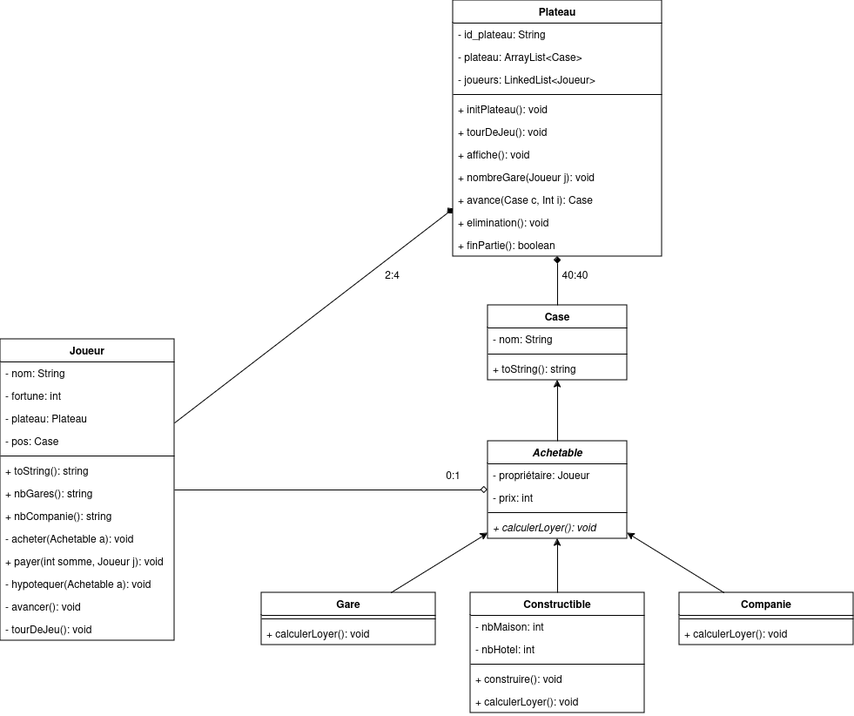
Before: Classe_cases.drawio.png, a diagram exported from draw.io (RBoutroux/monopoly-medev). Source tidied: cells renumbered, new cells last; positions are measured from the earlier drawing's top-left corner, leaving out a move shared by most shapes.
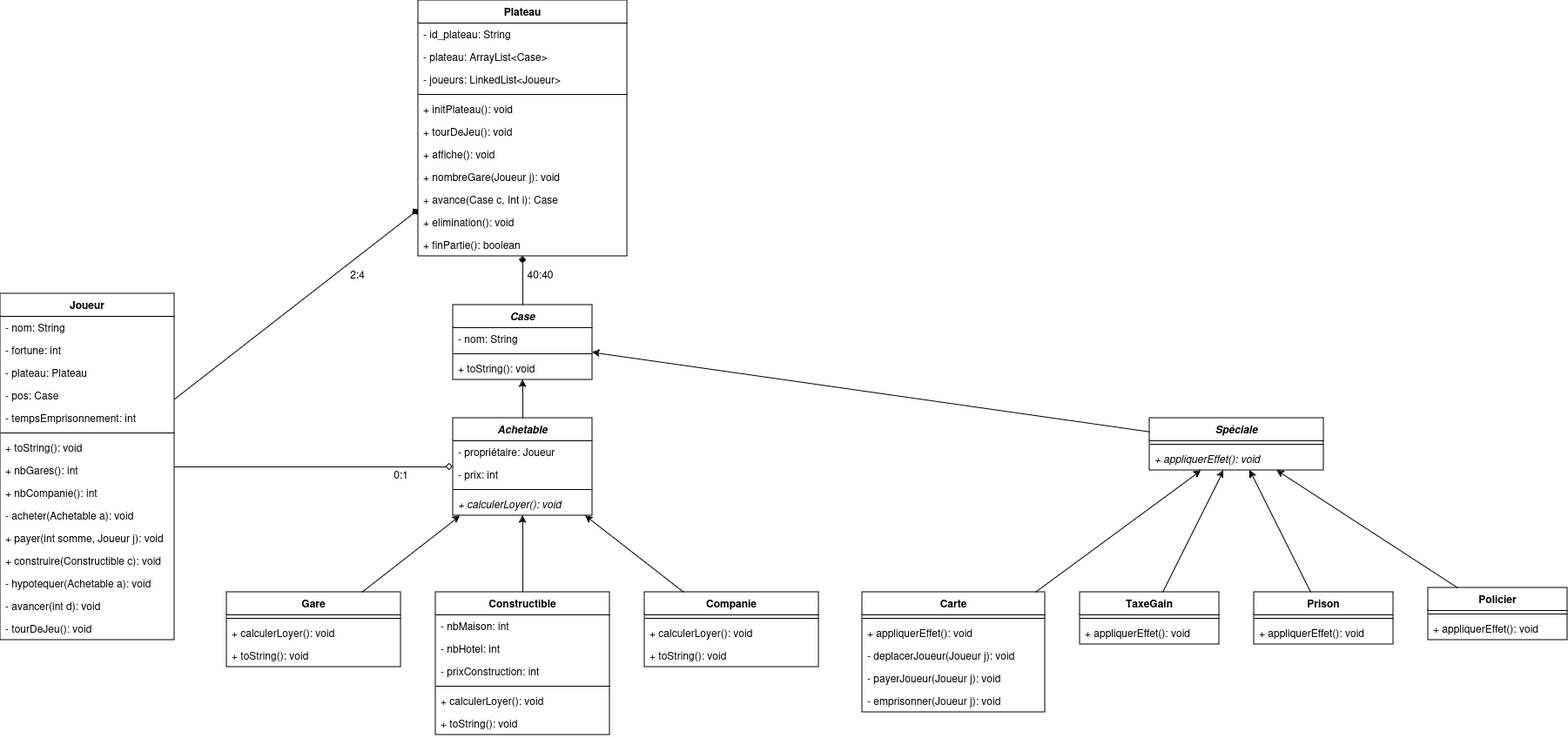
Later version of the same file.

The edit, as a diff of the source:
```diff
@@ -2,7 +2,7 @@
   <root>
     <mxCell id="0" />
     <mxCell id="1" parent="0" />
-    <mxCell id="2" value="Case" style="swimlane;fontStyle=1;align=center;verticalAlign=top;horizontal=1;startSize=26;" parent="1" vertex="1">
+    <mxCell id="2" value="Case" style="swimlane;fontStyle=3;align=center;verticalAlign=top;horizontal=1;startSize=26;" parent="1" vertex="1">
       <mxGeometry x="560" y="350" width="160" height="86" as="geometry" />
     </mxCell>
     <mxCell id="3" value="- nom: String" style="text;strokeColor=none;fillColor=none;align=left;verticalAlign=top;spacingLeft=4;spacingRight=4;overflow=hidden;" parent="2" vertex="1">
@@ -11,11 +11,11 @@
     <mxCell id="4" style="line;strokeWidth=1;fillColor=none;align=left;verticalAlign=middle;spacingTop=-1;spacingLeft=3;spacingRight=3;labelPosition=right;strokeColor=inherit;" parent="2" vertex="1">
       <mxGeometry y="52" width="160" height="8" as="geometry" />
     </mxCell>
-    <mxCell id="5" value="+ toString(): string" style="text;strokeColor=none;fillColor=none;align=left;verticalAlign=top;spacingLeft=4;spacingRight=4;overflow=hidden;" parent="2" vertex="1">
+    <mxCell id="5" value="+ toString(): void" style="text;strokeColor=none;fillColor=none;align=left;verticalAlign=top;spacingLeft=4;spacingRight=4;overflow=hidden;fontStyle=0;" parent="2" vertex="1">
       <mxGeometry y="60" width="160" height="26" as="geometry" />
     </mxCell>
     <mxCell id="6" value="Constructible" style="swimlane;fontStyle=1;align=center;verticalAlign=top;horizontal=1;startSize=26;" parent="1" vertex="1">
-      <mxGeometry x="540" y="680" width="200" height="138" as="geometry" />
+      <mxGeometry x="540" y="680" width="200" height="164" as="geometry" />
     </mxCell>
     <mxCell id="7" value="- nbMaison: int" style="text;strokeColor=none;fillColor=none;align=left;verticalAlign=top;spacingLeft=4;spacingRight=4;overflow=hidden;" parent="6" vertex="1">
       <mxGeometry y="26" width="200" height="26" as="geometry" />
@@ -23,17 +23,20 @@
     <mxCell id="8" value="- nbHotel: int" style="text;strokeColor=none;fillColor=none;align=left;verticalAlign=top;spacingLeft=4;spacingRight=4;overflow=hidden;" parent="6" vertex="1">
       <mxGeometry y="52" width="200" height="26" as="geometry" />
     </mxCell>
+    <mxCell id="59" value="- prixConstruction: int" style="text;strokeColor=none;fillColor=none;align=left;verticalAlign=top;spacingLeft=4;spacingRight=4;overflow=hidden;" parent="6" vertex="1">
+      <mxGeometry y="78" width="200" height="26" as="geometry" />
+    </mxCell>
     <mxCell id="9" style="line;strokeWidth=1;fillColor=none;align=left;verticalAlign=middle;spacingTop=-1;spacingLeft=3;spacingRight=3;labelPosition=right;strokeColor=inherit;" parent="6" vertex="1">
-      <mxGeometry y="78" width="200" height="8" as="geometry" />
+      <mxGeometry y="104" width="200" height="8" as="geometry" />
     </mxCell>
-    <mxCell id="10" value="+ construire(): void" style="text;strokeColor=none;fillColor=none;align=left;verticalAlign=top;spacingLeft=4;spacingRight=4;overflow=hidden;" parent="6" vertex="1">
-      <mxGeometry y="86" width="200" height="26" as="geometry" />
-    </mxCell>
     <mxCell id="11" value="+ calculerLoyer(): void" style="text;strokeColor=none;fillColor=none;align=left;verticalAlign=top;spacingLeft=4;spacingRight=4;overflow=hidden;fontStyle=0;" parent="6" vertex="1">
       <mxGeometry y="112" width="200" height="26" as="geometry" />
     </mxCell>
+    <mxCell id="60" value="+ toString(): void" style="text;strokeColor=none;fillColor=none;align=left;verticalAlign=top;spacingLeft=4;spacingRight=4;overflow=hidden;fontStyle=0;" parent="6" vertex="1">
+      <mxGeometry y="138" width="200" height="26" as="geometry" />
+    </mxCell>
     <mxCell id="12" value="Gare" style="swimlane;fontStyle=1;align=center;verticalAlign=top;horizontal=1;startSize=26;" parent="1" vertex="1">
-      <mxGeometry x="300" y="680" width="200" height="60" as="geometry" />
+      <mxGeometry x="300" y="680" width="200" height="86" as="geometry" />
     </mxCell>
     <mxCell id="13" style="line;strokeWidth=1;fillColor=none;align=left;verticalAlign=middle;spacingTop=-1;spacingLeft=3;spacingRight=3;labelPosition=right;strokeColor=inherit;" parent="12" vertex="1">
       <mxGeometry y="26" width="200" height="8" as="geometry" />
@@ -41,8 +44,11 @@
     <mxCell id="14" value="+ calculerLoyer(): void" style="text;strokeColor=none;fillColor=none;align=left;verticalAlign=top;spacingLeft=4;spacingRight=4;overflow=hidden;fontStyle=0;" parent="12" vertex="1">
       <mxGeometry y="34" width="200" height="26" as="geometry" />
     </mxCell>
+    <mxCell id="61" value="+ toString(): void" style="text;strokeColor=none;fillColor=none;align=left;verticalAlign=top;spacingLeft=4;spacingRight=4;overflow=hidden;fontStyle=0;" parent="12" vertex="1">
+      <mxGeometry y="60" width="200" height="26" as="geometry" />
+    </mxCell>
     <mxCell id="15" value="Achetable" style="swimlane;fontStyle=3;align=center;verticalAlign=top;horizontal=1;startSize=26;" parent="1" vertex="1">
-      <mxGeometry x="560" y="506" width="160" height="112" as="geometry" />
+      <mxGeometry x="560" y="480" width="160" height="112" as="geometry" />
     </mxCell>
     <mxCell id="16" value="- propriétaire: Joueur" style="text;strokeColor=none;fillColor=none;align=left;verticalAlign=top;spacingLeft=4;spacingRight=4;overflow=hidden;" parent="15" vertex="1">
       <mxGeometry y="26" width="160" height="26" as="geometry" />
@@ -69,7 +75,7 @@
       <mxGeometry x="635" y="300" width="50" height="30" as="geometry" />
     </mxCell>
     <mxCell id="24" value="Joueur" style="swimlane;fontStyle=1;align=center;verticalAlign=top;horizontal=1;startSize=26;" parent="1" vertex="1">
-      <mxGeometry y="389" width="200" height="346" as="geometry" />
+      <mxGeometry x="40" y="337" width="200" height="398" as="geometry" />
     </mxCell>
     <mxCell id="25" value="- nom: String" style="text;strokeColor=none;fillColor=none;align=left;verticalAlign=top;spacingLeft=4;spacingRight=4;overflow=hidden;" parent="24" vertex="1">
       <mxGeometry y="26" width="200" height="26" as="geometry" />
@@ -83,32 +89,38 @@
     <mxCell id="28" value="- pos: Case" style="text;strokeColor=none;fillColor=none;align=left;verticalAlign=top;spacingLeft=4;spacingRight=4;overflow=hidden;" parent="24" vertex="1">
       <mxGeometry y="104" width="200" height="26" as="geometry" />
     </mxCell>
+    <mxCell id="62" value="- tempsEmprisonnement: int" style="text;strokeColor=none;fillColor=none;align=left;verticalAlign=top;spacingLeft=4;spacingRight=4;overflow=hidden;" parent="24" vertex="1">
+      <mxGeometry y="130" width="200" height="26" as="geometry" />
+    </mxCell>
     <mxCell id="29" style="line;strokeWidth=1;fillColor=none;align=left;verticalAlign=middle;spacingTop=-1;spacingLeft=3;spacingRight=3;labelPosition=right;strokeColor=inherit;" parent="24" vertex="1">
-      <mxGeometry y="130" width="200" height="8" as="geometry" />
+      <mxGeometry y="156" width="200" height="8" as="geometry" />
     </mxCell>
-    <mxCell id="30" value="+ toString(): string" style="text;strokeColor=none;fillColor=none;align=left;verticalAlign=top;spacingLeft=4;spacingRight=4;overflow=hidden;" parent="24" vertex="1">
-      <mxGeometry y="138" width="200" height="26" as="geometry" />
+    <mxCell id="30" value="+ toString(): void" style="text;strokeColor=none;fillColor=none;align=left;verticalAlign=top;spacingLeft=4;spacingRight=4;overflow=hidden;" parent="24" vertex="1">
+      <mxGeometry y="164" width="200" height="26" as="geometry" />
     </mxCell>
-    <mxCell id="31" value="+ nbGares(): string" style="text;strokeColor=none;fillColor=none;align=left;verticalAlign=top;spacingLeft=4;spacingRight=4;overflow=hidden;" parent="24" vertex="1">
-      <mxGeometry y="164" width="200" height="26" as="geometry" />
+    <mxCell id="31" value="+ nbGares(): int" style="text;strokeColor=none;fillColor=none;align=left;verticalAlign=top;spacingLeft=4;spacingRight=4;overflow=hidden;" parent="24" vertex="1">
+      <mxGeometry y="190" width="200" height="26" as="geometry" />
     </mxCell>
-    <mxCell id="32" value="+ nbCompanie(): string" style="text;strokeColor=none;fillColor=none;align=left;verticalAlign=top;spacingLeft=4;spacingRight=4;overflow=hidden;" parent="24" vertex="1">
-      <mxGeometry y="190" width="200" height="26" as="geometry" />
+    <mxCell id="32" value="+ nbCompanie(): int" style="text;strokeColor=none;fillColor=none;align=left;verticalAlign=top;spacingLeft=4;spacingRight=4;overflow=hidden;" parent="24" vertex="1">
+      <mxGeometry y="216" width="200" height="26" as="geometry" />
     </mxCell>
     <mxCell id="33" value="- acheter(Achetable a): void" style="text;strokeColor=none;fillColor=none;align=left;verticalAlign=top;spacingLeft=4;spacingRight=4;overflow=hidden;" parent="24" vertex="1">
-      <mxGeometry y="216" width="200" height="26" as="geometry" />
+      <mxGeometry y="242" width="200" height="26" as="geometry" />
     </mxCell>
     <mxCell id="34" value="+ payer(int somme, Joueur j): void" style="text;strokeColor=none;fillColor=none;align=left;verticalAlign=top;spacingLeft=4;spacingRight=4;overflow=hidden;" parent="24" vertex="1">
-      <mxGeometry y="242" width="200" height="26" as="geometry" />
+      <mxGeometry y="268" width="200" height="26" as="geometry" />
     </mxCell>
+    <mxCell id="63" value="+ construire(Constructible c): void" style="text;strokeColor=none;fillColor=none;align=left;verticalAlign=top;spacingLeft=4;spacingRight=4;overflow=hidden;" parent="24" vertex="1">
+      <mxGeometry y="294" width="200" height="26" as="geometry" />
+    </mxCell>
     <mxCell id="35" value="- hypotequer(Achetable a): void" style="text;strokeColor=none;fillColor=none;align=left;verticalAlign=top;spacingLeft=4;spacingRight=4;overflow=hidden;" parent="24" vertex="1">
-      <mxGeometry y="268" width="200" height="26" as="geometry" />
+      <mxGeometry y="320" width="200" height="26" as="geometry" />
     </mxCell>
-    <mxCell id="36" value="- avancer(): void" style="text;strokeColor=none;fillColor=none;align=left;verticalAlign=top;spacingLeft=4;spacingRight=4;overflow=hidden;" parent="24" vertex="1">
-      <mxGeometry y="294" width="200" height="26" as="geometry" />
+    <mxCell id="36" value="- avancer(int d): void" style="text;strokeColor=none;fillColor=none;align=left;verticalAlign=top;spacingLeft=4;spacingRight=4;overflow=hidden;" parent="24" vertex="1">
+      <mxGeometry y="346" width="200" height="26" as="geometry" />
     </mxCell>
     <mxCell id="37" value="- tourDeJeu(): void" style="text;strokeColor=none;fillColor=none;align=left;verticalAlign=top;spacingLeft=4;spacingRight=4;overflow=hidden;" parent="24" vertex="1">
-      <mxGeometry y="320" width="200" height="26" as="geometry" />
+      <mxGeometry y="372" width="200" height="26" as="geometry" />
     </mxCell>
     <mxCell id="38" value="Plateau" style="swimlane;fontStyle=1;align=center;verticalAlign=top;horizontal=1;startSize=26;" parent="1" vertex="1">
       <mxGeometry x="520" width="240" height="294" as="geometry" />
@@ -159,10 +171,10 @@
       <mxGeometry x="430" y="300" width="40" height="30" as="geometry" />
     </mxCell>
     <mxCell id="54" value="0:1" style="text;html=1;align=center;verticalAlign=middle;strokeColor=none;fillColor=none;" parent="1" vertex="1">
-      <mxGeometry x="500" y="530" width="40" height="30" as="geometry" />
+      <mxGeometry x="480" y="530" width="40" height="30" as="geometry" />
     </mxCell>
     <mxCell id="55" value="Companie" style="swimlane;fontStyle=1;align=center;verticalAlign=top;horizontal=1;startSize=26;" parent="1" vertex="1">
-      <mxGeometry x="780" y="680" width="200" height="60" as="geometry" />
+      <mxGeometry x="780" y="680" width="200" height="86" as="geometry" />
     </mxCell>
     <mxCell id="56" style="line;strokeWidth=1;fillColor=none;align=left;verticalAlign=middle;spacingTop=-1;spacingLeft=3;spacingRight=3;labelPosition=right;strokeColor=inherit;" parent="55" vertex="1">
       <mxGeometry y="26" width="200" height="8" as="geometry" />
@@ -170,8 +182,80 @@
     <mxCell id="57" value="+ calculerLoyer(): void" style="text;strokeColor=none;fillColor=none;align=left;verticalAlign=top;spacingLeft=4;spacingRight=4;overflow=hidden;fontStyle=0;" parent="55" vertex="1">
       <mxGeometry y="34" width="200" height="26" as="geometry" />
     </mxCell>
+    <mxCell id="64" value="+ toString(): void" style="text;strokeColor=none;fillColor=none;align=left;verticalAlign=top;spacingLeft=4;spacingRight=4;overflow=hidden;fontStyle=0;" parent="55" vertex="1">
+      <mxGeometry y="60" width="200" height="26" as="geometry" />
+    </mxCell>
     <mxCell id="58" style="endArrow=classic;html=1;rounded=0;" parent="1" edge="1" source="55" target="15">
       <mxGeometry relative="1" as="geometry" />
     </mxCell>
+    <mxCell id="65" value="Carte" style="swimlane;fontStyle=1;align=center;verticalAlign=top;horizontal=1;startSize=26;" parent="1" vertex="1">
+      <mxGeometry x="1030" y="680" width="210" height="138" as="geometry" />
+    </mxCell>
+    <mxCell id="66" style="line;strokeWidth=1;fillColor=none;align=left;verticalAlign=middle;spacingTop=-1;spacingLeft=3;spacingRight=3;labelPosition=right;strokeColor=inherit;" parent="65" vertex="1">
+      <mxGeometry y="26" width="210" height="8" as="geometry" />
+    </mxCell>
+    <mxCell id="67" value="+ appliquerEffet(): void" style="text;strokeColor=none;fillColor=none;align=left;verticalAlign=top;spacingLeft=4;spacingRight=4;overflow=hidden;fontStyle=0;" parent="65" vertex="1">
+      <mxGeometry y="34" width="210" height="26" as="geometry" />
+    </mxCell>
+    <mxCell id="68" value="- deplacerJoueur(Joueur j): void" style="text;strokeColor=none;fillColor=none;align=left;verticalAlign=top;spacingLeft=4;spacingRight=4;overflow=hidden;fontStyle=0;" parent="65" vertex="1">
+      <mxGeometry y="60" width="210" height="26" as="geometry" />
+    </mxCell>
+    <mxCell id="69" value="- payerJoueur(Joueur j): void" style="text;strokeColor=none;fillColor=none;align=left;verticalAlign=top;spacingLeft=4;spacingRight=4;overflow=hidden;fontStyle=0;" parent="65" vertex="1">
+      <mxGeometry y="86" width="210" height="26" as="geometry" />
+    </mxCell>
+    <mxCell id="70" value="- emprisonner(Joueur j): void" style="text;strokeColor=none;fillColor=none;align=left;verticalAlign=top;spacingLeft=4;spacingRight=4;overflow=hidden;fontStyle=0;" parent="65" vertex="1">
+      <mxGeometry y="112" width="210" height="26" as="geometry" />
+    </mxCell>
+    <mxCell id="71" value="Spéciale" style="swimlane;fontStyle=3;align=center;verticalAlign=top;horizontal=1;startSize=26;" parent="1" vertex="1">
+      <mxGeometry x="1360" y="480" width="200" height="60" as="geometry" />
+    </mxCell>
+    <mxCell id="72" style="line;strokeWidth=1;fillColor=none;align=left;verticalAlign=middle;spacingTop=-1;spacingLeft=3;spacingRight=3;labelPosition=right;strokeColor=inherit;" parent="71" vertex="1">
+      <mxGeometry y="26" width="200" height="8" as="geometry" />
+    </mxCell>
+    <mxCell id="73" value="+ appliquerEffet(): void" style="text;strokeColor=none;fillColor=none;align=left;verticalAlign=top;spacingLeft=4;spacingRight=4;overflow=hidden;fontStyle=2;" parent="71" vertex="1">
+      <mxGeometry y="34" width="200" height="26" as="geometry" />
+    </mxCell>
+    <mxCell id="74" value="Policier" style="swimlane;fontStyle=1;align=center;verticalAlign=top;horizontal=1;startSize=26;" parent="1" vertex="1">
+      <mxGeometry x="1680" y="675" width="160" height="60" as="geometry" />
+    </mxCell>
+    <mxCell id="75" style="line;strokeWidth=1;fillColor=none;align=left;verticalAlign=middle;spacingTop=-1;spacingLeft=3;spacingRight=3;labelPosition=right;strokeColor=inherit;" parent="74" vertex="1">
+      <mxGeometry y="26" width="160" height="8" as="geometry" />
+    </mxCell>
+    <mxCell id="76" value="+ appliquerEffet(): void" style="text;strokeColor=none;fillColor=none;align=left;verticalAlign=top;spacingLeft=4;spacingRight=4;overflow=hidden;fontStyle=0;" parent="74" vertex="1">
+      <mxGeometry y="34" width="160" height="26" as="geometry" />
+    </mxCell>
+    <mxCell id="77" value="TaxeGain" style="swimlane;fontStyle=1;align=center;verticalAlign=top;horizontal=1;startSize=26;" parent="1" vertex="1">
+      <mxGeometry x="1280" y="680" width="160" height="60" as="geometry" />
+    </mxCell>
+    <mxCell id="78" style="line;strokeWidth=1;fillColor=none;align=left;verticalAlign=middle;spacingTop=-1;spacingLeft=3;spacingRight=3;labelPosition=right;strokeColor=inherit;" parent="77" vertex="1">
+      <mxGeometry y="26" width="160" height="8" as="geometry" />
+    </mxCell>
+    <mxCell id="79" value="+ appliquerEffet(): void" style="text;strokeColor=none;fillColor=none;align=left;verticalAlign=top;spacingLeft=4;spacingRight=4;overflow=hidden;fontStyle=0;" parent="77" vertex="1">
+      <mxGeometry y="34" width="160" height="26" as="geometry" />
+    </mxCell>
+    <mxCell id="80" value="Prison" style="swimlane;fontStyle=1;align=center;verticalAlign=top;horizontal=1;startSize=26;" parent="1" vertex="1">
+      <mxGeometry x="1480" y="680" width="160" height="60" as="geometry" />
+    </mxCell>
+    <mxCell id="81" style="line;strokeWidth=1;fillColor=none;align=left;verticalAlign=middle;spacingTop=-1;spacingLeft=3;spacingRight=3;labelPosition=right;strokeColor=inherit;" parent="80" vertex="1">
+      <mxGeometry y="26" width="160" height="8" as="geometry" />
+    </mxCell>
+    <mxCell id="82" value="+ appliquerEffet(): void" style="text;strokeColor=none;fillColor=none;align=left;verticalAlign=top;spacingLeft=4;spacingRight=4;overflow=hidden;fontStyle=0;" parent="80" vertex="1">
+      <mxGeometry y="34" width="160" height="26" as="geometry" />
+    </mxCell>
+    <mxCell id="83" style="endArrow=classic;html=1;rounded=0;" parent="1" edge="1" source="71" target="2">
+      <mxGeometry relative="1" as="geometry" />
+    </mxCell>
+    <mxCell id="84" style="endArrow=classic;html=1;rounded=0;" parent="1" edge="1" source="65" target="71">
+      <mxGeometry relative="1" as="geometry" />
+    </mxCell>
+    <mxCell id="85" style="endArrow=classic;html=1;rounded=0;" parent="1" edge="1" source="80" target="71">
+      <mxGeometry relative="1" as="geometry" />
+    </mxCell>
+    <mxCell id="86" style="endArrow=classic;html=1;rounded=0;" parent="1" edge="1" source="77" target="71">
+      <mxGeometry relative="1" as="geometry" />
+    </mxCell>
+    <mxCell id="87" style="endArrow=classic;html=1;rounded=0;" parent="1" edge="1" source="74" target="71">
+      <mxGeometry relative="1" as="geometry" />
+    </mxCell>
   </root>
 </mxGraphModel>
```
